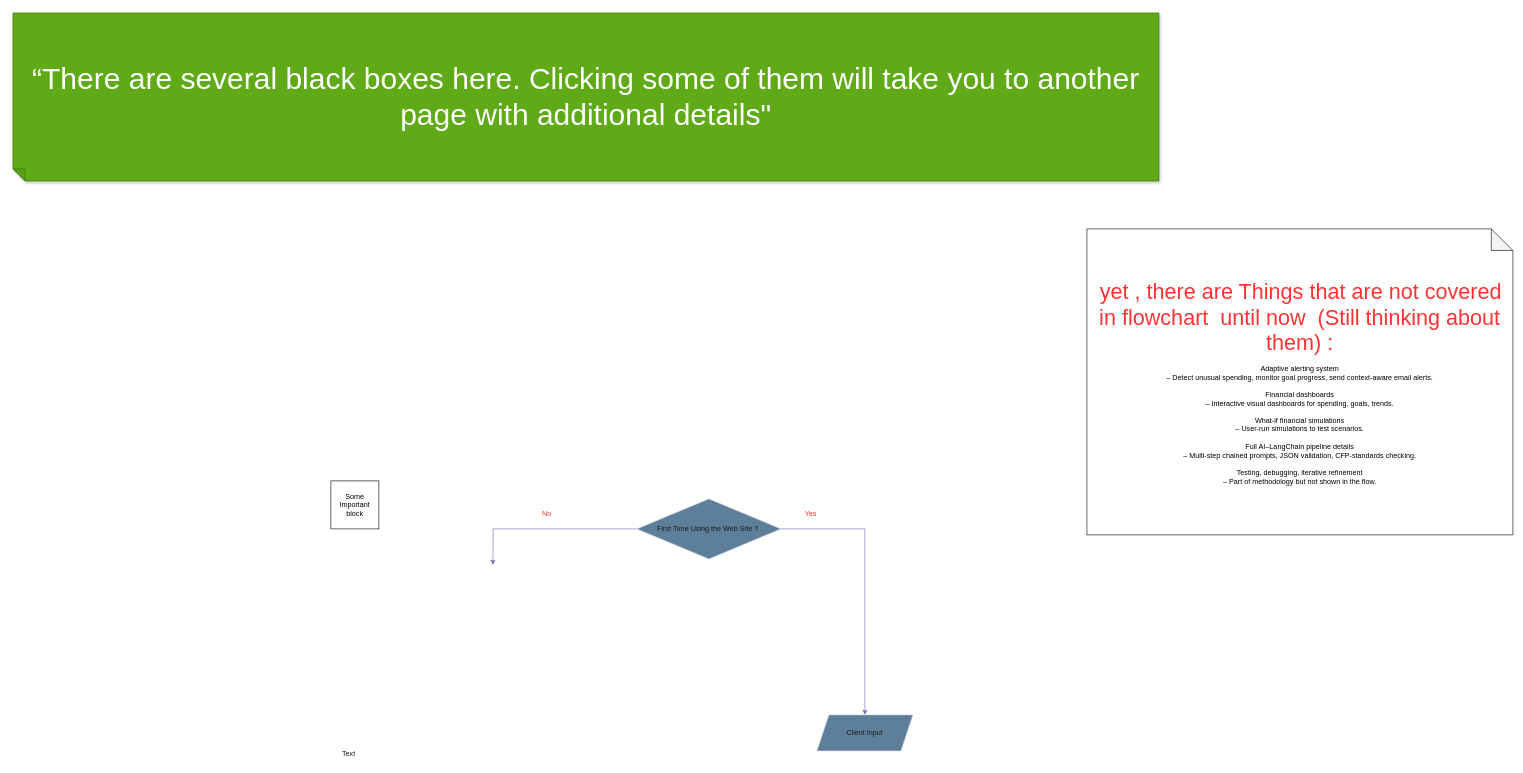
The draw.io diagram page "MainFlowChart" (1 of 13) of FinSigh_AI_FlowChat.drawio in ABDULRAHMAN-M-CODE/FinSight_AI, before the edit. Source tidied: cells renumbered, new cells numbered last; positions are measured from the earlier drawing's top-left corner, leaving out a move shared by most shapes. Both pictures are drawn from the tidied source at 60%, with x=0, y=0 at pixel (13, 13).
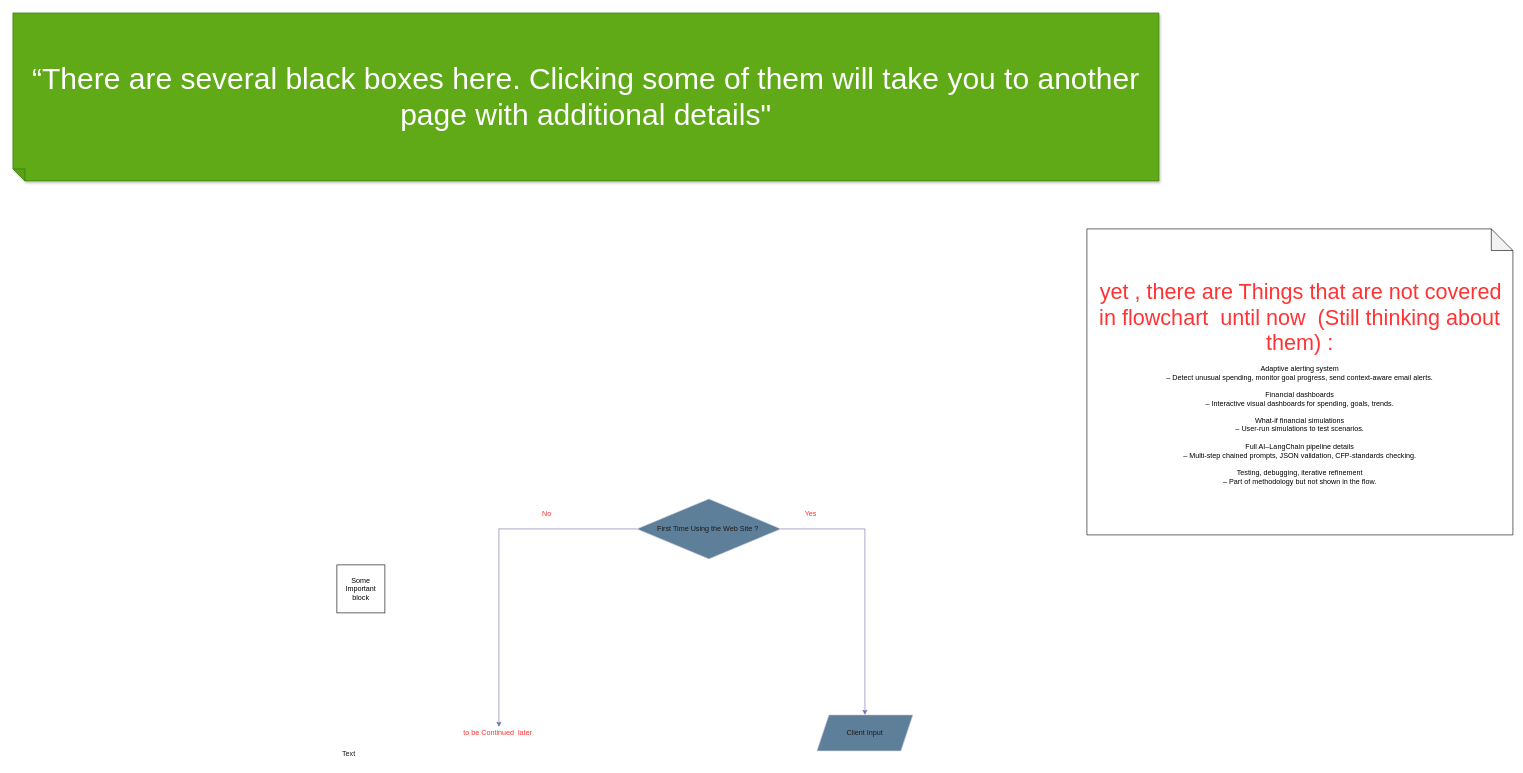
The same page after the edit.

Change to the diagram source:
```diff
@@
 <mxGraphModel>
   <root>
     <mxCell id="0" />
     <mxCell id="1" parent="0" />
     <mxCell id="2" value="Client Input" style="shape=parallelogram;perimeter=parallelogramPerimeter;whiteSpace=wrap;html=1;fixedSize=1;labelBackgroundColor=none;fillColor=#5D7F99;strokeColor=#D0CEE2;fontColor=#1A1A1A;" parent="1" vertex="1">
       <mxGeometry x="1340" y="1170" width="160" height="60" as="geometry" />
     </mxCell>
     <mxCell id="3" style="edgeStyle=orthogonalEdgeStyle;rounded=0;jettySize=auto;html=1;strokeColor=#736CA8;fontColor=#1A1A1A;" parent="1" edge="1" source="5" target="2">
       <mxGeometry relative="1" as="geometry" />
     </mxCell>
-    <mxCell id="4" style="edgeStyle=orthogonalEdgeStyle;rounded=0;jettySize=auto;html=1;strokeColor=#736CA8;fontColor=#1A1A1A;" parent="1" edge="1" source="5">
-      <mxGeometry relative="1" as="geometry">
-        <mxPoint x="800" y="920" as="targetPoint" />
-      </mxGeometry>
+    <mxCell id="4" style="edgeStyle=orthogonalEdgeStyle;rounded=0;jettySize=auto;html=1;strokeColor=#736CA8;fontColor=#1A1A1A;entryX=0.5;entryY=0;entryDx=0;entryDy=0;" parent="1" edge="1" source="5" target="12">
+      <mxGeometry relative="1" as="geometry" />
     </mxCell>
     <mxCell id="5" value="First Time Using the Web Site ?&amp;nbsp;" style="rhombus;whiteSpace=wrap;html=1;strokeColor=#D0CEE2;fontColor=#1A1A1A;fillColor=#5D7F99;" parent="1" vertex="1">
       <mxGeometry x="1040" y="810" width="240" height="100" as="geometry" />
     </mxCell>
     <mxCell id="6" value="&lt;font style=&quot;color: rgb(255, 51, 51);&quot;&gt;Yes&lt;/font&gt;" style="text;html=1;whiteSpace=wrap;strokeColor=none;fillColor=none;align=center;verticalAlign=middle;rounded=0;fontColor=#1A1A1A;" parent="1" vertex="1">
       <mxGeometry x="1300" y="820" width="60" height="30" as="geometry" />
     </mxCell>
     <mxCell id="7" value="&lt;font style=&quot;color: rgb(255, 51, 51);&quot;&gt;No&lt;/font&gt;" style="text;html=1;whiteSpace=wrap;strokeColor=none;fillColor=none;align=center;verticalAlign=middle;rounded=0;fontColor=#1A1A1A;" parent="1" vertex="1">
       <mxGeometry x="860" y="820" width="60" height="30" as="geometry" />
     </mxCell>
     <mxCell id="8" value="&amp;nbsp;&lt;font style=&quot;font-size: 36px; color: rgb(255, 51, 51);&quot;&gt;yet , there are Things that are not covered in flowchart&amp;nbsp; until now&amp;nbsp; (Still thinking about them) :&lt;/font&gt;&lt;div&gt;&lt;br&gt;&lt;div&gt;&lt;div&gt;&lt;span style=&quot;font-size: 12px;&quot;&gt;Adaptive alerting system&lt;/span&gt;&lt;/div&gt;&lt;div&gt;&lt;span style=&quot;font-size: 12px;&quot;&gt;– Detect unusual spending, monitor goal progress, send context-aware email alerts.&lt;/span&gt;&lt;/div&gt;&lt;div&gt;&lt;span style=&quot;font-size: 12px;&quot;&gt;&lt;br&gt;&lt;/span&gt;&lt;/div&gt;&lt;div&gt;&lt;span style=&quot;font-size: 12px;&quot;&gt;Financial dashboards&lt;/span&gt;&lt;/div&gt;&lt;div&gt;&lt;span style=&quot;font-size: 12px;&quot;&gt;– Interactive visual dashboards for spending, goals, trends.&lt;/span&gt;&lt;/div&gt;&lt;div&gt;&lt;span style=&quot;font-size: 12px;&quot;&gt;&lt;br&gt;&lt;/span&gt;&lt;/div&gt;&lt;div&gt;&lt;span style=&quot;font-size: 12px;&quot;&gt;What-if financial simulations&lt;/span&gt;&lt;/div&gt;&lt;div&gt;&lt;span style=&quot;font-size: 12px;&quot;&gt;– User-run simulations to test scenarios.&lt;/span&gt;&lt;/div&gt;&lt;div&gt;&lt;span style=&quot;font-size: 12px;&quot;&gt;&lt;br&gt;&lt;/span&gt;&lt;/div&gt;&lt;div&gt;&lt;span style=&quot;font-size: 12px;&quot;&gt;Full AI–LangChain pipeline details&lt;/span&gt;&lt;/div&gt;&lt;div&gt;&lt;span style=&quot;font-size: 12px;&quot;&gt;– Multi-step chained prompts, JSON validation, CFP-standards checking.&lt;/span&gt;&lt;/div&gt;&lt;div&gt;&lt;span style=&quot;font-size: 12px;&quot;&gt;&lt;br&gt;&lt;/span&gt;&lt;/div&gt;&lt;div&gt;&lt;span style=&quot;font-size: 12px;&quot;&gt;Testing, debugging, iterative refinement&lt;/span&gt;&lt;/div&gt;&lt;div&gt;&lt;span style=&quot;font-size: 12px;&quot;&gt;– Part of methodology but not shown in the flow.&lt;/span&gt;&lt;/div&gt;&lt;/div&gt;&lt;/div&gt;" style="shape=note;whiteSpace=wrap;html=1;backgroundOutline=1;darkOpacity=0.05;size=36;" parent="1" vertex="1">
       <mxGeometry x="1790" y="360" width="710" height="510" as="geometry" />
     </mxCell>
     <mxCell id="9" value="&lt;font style=&quot;color: rgb(255, 255, 255); font-size: 50px;&quot;&gt;“There are several black boxes here. Clicking some of them will take you to another page with additional details&quot;&lt;/font&gt;" style="shape=note;whiteSpace=wrap;html=1;backgroundOutline=1;fontColor=#ffffff;darkOpacity=0.05;fillColor=#60a917;strokeColor=#2D7600;fillStyle=solid;direction=west;gradientDirection=north;shadow=1;size=20;" parent="1" vertex="1">
       <mxGeometry width="1910" height="280" as="geometry" />
     </mxCell>
     <mxCell id="10" value="Some Important block" style="whiteSpace=wrap;html=1;" parent="1" vertex="1">
-      <mxGeometry x="530" y="780" width="80" height="80" as="geometry" />
+      <mxGeometry x="540" y="920" width="80" height="80" as="geometry" />
     </mxCell>
     <mxCell id="11" value="Text" style="text;html=1;whiteSpace=wrap;strokeColor=none;fillColor=none;align=center;verticalAlign=middle;rounded=0;fontColor=#1A1A1A;" parent="1" vertex="1">
       <mxGeometry x="530" y="1220" width="60" height="30" as="geometry" />
     </mxCell>
+    <mxCell id="12" value="&lt;div&gt;&lt;font style=&quot;color: rgb(255, 51, 51);&quot;&gt;&lt;br&gt;&lt;/font&gt;&lt;/div&gt;&lt;font style=&quot;color: rgb(255, 51, 51);&quot;&gt;to be Continued&amp;nbsp; later&amp;nbsp;&lt;/font&gt;&lt;div&gt;&lt;br&gt;&lt;/div&gt;" style="text;html=1;whiteSpace=wrap;strokeColor=none;fillColor=none;align=center;verticalAlign=middle;rounded=0;" parent="1" vertex="1">
+      <mxGeometry x="700" y="1190" width="220" height="20" as="geometry" />
+    </mxCell>
   </root>
 </mxGraphModel>
```
